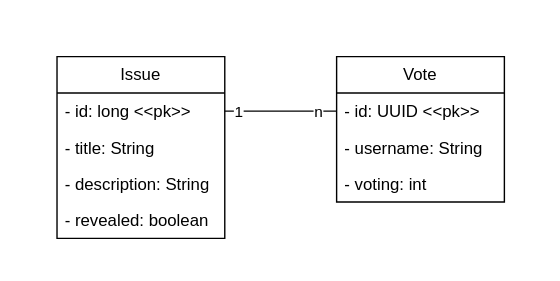
Above: docs/data-model/data-model.svg in Friedinger/IssuePoker (draw.io), before the change. Source tidied: cells renumbered, new cells last; positions are measured from the earlier drawing's top-left corner, leaving out a move shared by most shapes. Source of this version:
```xml
<mxGraphModel>
  <root>
    <mxCell id="0" />
    <mxCell id="1" parent="0" />
    <mxCell id="2" style="rounded=0;whiteSpace=wrap;html=1;strokeColor=none;strokeWidth=0;fillColor=none;" parent="1" vertex="1">
      <mxGeometry width="400" height="200" as="geometry" />
    </mxCell>
    <mxCell id="3" value="Issue" style="swimlane;fontStyle=0;horizontal=1;startSize=26;fillColor=none;whiteSpace=wrap;html=1;" parent="1" vertex="1">
      <mxGeometry x="40" y="40" width="120" height="130" as="geometry" />
    </mxCell>
    <mxCell id="4" value="- id: long &amp;lt;&amp;lt;pk&amp;gt;&amp;gt;" style="text;strokeColor=none;fillColor=none;align=left;verticalAlign=top;spacingLeft=4;spacingRight=4;overflow=hidden;points=[[0,0.5],[1,0.5]];portConstraint=eastwest;whiteSpace=wrap;html=1;" parent="3" vertex="1">
      <mxGeometry y="26" width="120" height="26" as="geometry" />
    </mxCell>
    <mxCell id="5" value="- title: String" style="text;strokeColor=none;fillColor=none;align=left;verticalAlign=top;spacingLeft=4;spacingRight=4;overflow=hidden;whiteSpace=wrap;html=1;" parent="3" vertex="1">
      <mxGeometry y="52" width="120" height="26" as="geometry" />
    </mxCell>
    <mxCell id="6" value="- description: String" style="text;strokeColor=none;fillColor=none;align=left;verticalAlign=top;spacingLeft=4;spacingRight=4;overflow=hidden;whiteSpace=wrap;html=1;" parent="3" vertex="1">
      <mxGeometry y="78" width="120" height="26" as="geometry" />
    </mxCell>
    <mxCell id="7" value="- revealed: boolean" style="text;strokeColor=none;fillColor=none;align=left;verticalAlign=top;spacingLeft=4;spacingRight=4;overflow=hidden;whiteSpace=wrap;html=1;" parent="3" vertex="1">
      <mxGeometry y="104" width="120" height="26" as="geometry" />
    </mxCell>
    <mxCell id="8" value="Vote" style="swimlane;fontStyle=0;horizontal=1;startSize=26;fillColor=none;whiteSpace=wrap;html=1;" parent="1" vertex="1">
      <mxGeometry x="240" y="40" width="120" height="104" as="geometry" />
    </mxCell>
    <mxCell id="9" value="- id: UUID &amp;lt;&amp;lt;pk&amp;gt;&amp;gt;" style="text;strokeColor=none;fillColor=none;align=left;verticalAlign=top;spacingLeft=4;spacingRight=4;overflow=hidden;points=[[0,0.5],[1,0.5]];portConstraint=eastwest;whiteSpace=wrap;html=1;" parent="8" vertex="1">
      <mxGeometry y="26" width="120" height="26" as="geometry" />
    </mxCell>
    <mxCell id="10" value="- username: String" style="text;strokeColor=none;fillColor=none;align=left;verticalAlign=top;spacingLeft=4;spacingRight=4;overflow=hidden;whiteSpace=wrap;html=1;" parent="8" vertex="1">
      <mxGeometry y="52" width="120" height="26" as="geometry" />
    </mxCell>
    <mxCell id="11" value="- voting: int" style="text;strokeColor=none;fillColor=none;align=left;verticalAlign=top;spacingLeft=4;spacingRight=4;overflow=hidden;whiteSpace=wrap;html=1;" parent="8" vertex="1">
      <mxGeometry y="78" width="120" height="26" as="geometry" />
    </mxCell>
    <mxCell id="12" style="edgeStyle=orthogonalEdgeStyle;rounded=0;jettySize=auto;html=1;exitX=1;exitY=0.5;exitDx=0;exitDy=0;endArrow=none;endFill=0;" parent="1" edge="1" source="4" target="9">
      <mxGeometry relative="1" as="geometry" />
    </mxCell>
    <mxCell id="13" value="1" style="edgeLabel;html=1;align=center;verticalAlign=middle;" parent="12" vertex="1">
      <mxGeometry x="-0.71" y="-1" relative="1" as="geometry">
        <mxPoint x="-2" as="offset" />
      </mxGeometry>
    </mxCell>
    <mxCell id="14" value="n" style="edgeLabel;html=1;align=center;verticalAlign=middle;" parent="12" vertex="1">
      <mxGeometry x="0.67" y="-1" relative="1" as="geometry" />
    </mxCell>
  </root>
</mxGraphModel>
```
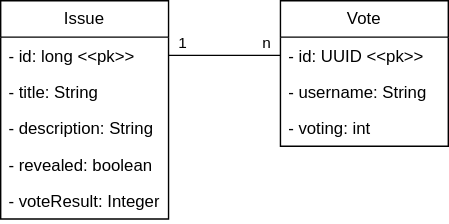
The same file after the commit.

Commit message:
:memo: Update data model documentation

Change to the diagram source:
```diff
@@ -2,11 +2,8 @@
   <root>
     <mxCell id="0" />
     <mxCell id="1" parent="0" />
-    <mxCell id="2" style="rounded=0;whiteSpace=wrap;html=1;strokeColor=none;strokeWidth=0;fillColor=none;" parent="1" vertex="1">
-      <mxGeometry width="400" height="200" as="geometry" />
-    </mxCell>
     <mxCell id="3" value="Issue" style="swimlane;fontStyle=0;horizontal=1;startSize=26;fillColor=none;whiteSpace=wrap;html=1;" parent="1" vertex="1">
-      <mxGeometry x="40" y="40" width="120" height="130" as="geometry" />
+      <mxGeometry x="40" y="40" width="120" height="156" as="geometry" />
     </mxCell>
     <mxCell id="4" value="- id: long &amp;lt;&amp;lt;pk&amp;gt;&amp;gt;" style="text;strokeColor=none;fillColor=none;align=left;verticalAlign=top;spacingLeft=4;spacingRight=4;overflow=hidden;points=[[0,0.5],[1,0.5]];portConstraint=eastwest;whiteSpace=wrap;html=1;" parent="3" vertex="1">
       <mxGeometry y="26" width="120" height="26" as="geometry" />
@@ -20,6 +17,9 @@
     <mxCell id="7" value="- revealed: boolean" style="text;strokeColor=none;fillColor=none;align=left;verticalAlign=top;spacingLeft=4;spacingRight=4;overflow=hidden;whiteSpace=wrap;html=1;" parent="3" vertex="1">
       <mxGeometry y="104" width="120" height="26" as="geometry" />
     </mxCell>
+    <mxCell id="15" value="- voteResult: Integer" style="text;strokeColor=none;fillColor=none;align=left;verticalAlign=top;spacingLeft=4;spacingRight=4;overflow=hidden;whiteSpace=wrap;html=1;" parent="3" vertex="1">
+      <mxGeometry y="130" width="120" height="26" as="geometry" />
+    </mxCell>
     <mxCell id="8" value="Vote" style="swimlane;fontStyle=0;horizontal=1;startSize=26;fillColor=none;whiteSpace=wrap;html=1;" parent="1" vertex="1">
       <mxGeometry x="240" y="40" width="120" height="104" as="geometry" />
     </mxCell>
@@ -35,13 +35,15 @@
     <mxCell id="12" style="edgeStyle=orthogonalEdgeStyle;rounded=0;jettySize=auto;html=1;exitX=1;exitY=0.5;exitDx=0;exitDy=0;endArrow=none;endFill=0;" parent="1" edge="1" source="4" target="9">
       <mxGeometry relative="1" as="geometry" />
     </mxCell>
-    <mxCell id="13" value="1" style="edgeLabel;html=1;align=center;verticalAlign=middle;" parent="12" vertex="1">
+    <mxCell id="13" value="1" style="edgeLabel;html=1;align=center;verticalAlign=middle;labelBackgroundColor=none;" parent="12" vertex="1">
       <mxGeometry x="-0.71" y="-1" relative="1" as="geometry">
-        <mxPoint x="-2" as="offset" />
+        <mxPoint x="-2" y="-10" as="offset" />
       </mxGeometry>
     </mxCell>
-    <mxCell id="14" value="n" style="edgeLabel;html=1;align=center;verticalAlign=middle;" parent="12" vertex="1">
-      <mxGeometry x="0.67" y="-1" relative="1" as="geometry" />
+    <mxCell id="14" value="n" style="edgeLabel;html=1;align=center;verticalAlign=middle;labelBackgroundColor=none;" parent="12" vertex="1">
+      <mxGeometry x="0.67" y="-1" relative="1" as="geometry">
+        <mxPoint x="3" y="-10" as="offset" />
+      </mxGeometry>
     </mxCell>
   </root>
 </mxGraphModel>
```
